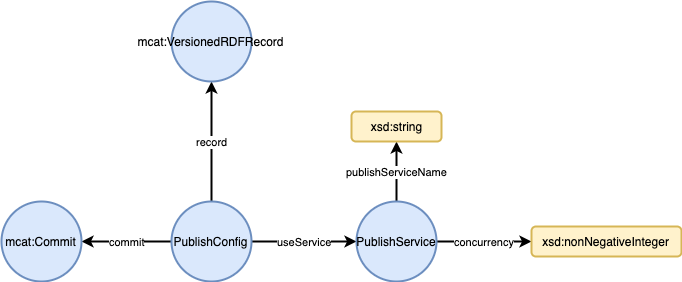
inovexcorp/mobi-docs keeps this draw.io diagram as latest/images/publishing/core_publish_model.png. Above is the earlier version. Source tidied: cells renumbered, new cells last; positions are measured from the earlier drawing's top-left corner, leaving out a move shared by most shapes.
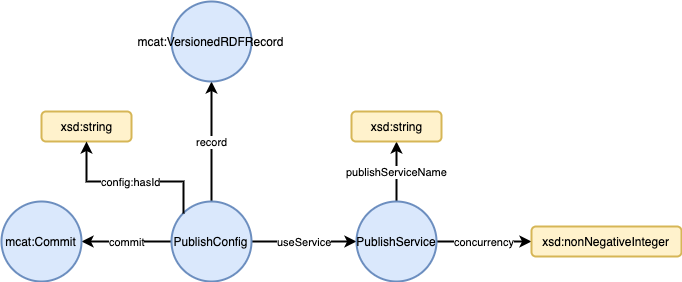
Above is the later version.

What changed in the source:
```diff
@@ -35,5 +35,16 @@
     <mxCell id="12" value="mcat:Commit" style="ellipse;whiteSpace=wrap;html=1;fillColor=#dae8fc;strokeColor=#6c8ebf;strokeWidth=2;" parent="1" vertex="1">
       <mxGeometry y="200" width="80" height="80" as="geometry" />
     </mxCell>
+    <mxCell id="13" value="xsd:string" style="rounded=1;whiteSpace=wrap;html=1;fillColor=#fff2cc;strokeColor=#d6b656;strokeWidth=2;" parent="1" vertex="1">
+      <mxGeometry x="40" y="110" width="90" height="30" as="geometry" />
+    </mxCell>
+    <mxCell id="14" value="config:hasId" style="edgeStyle=orthogonalEdgeStyle;rounded=0;jettySize=auto;html=1;endArrow=classic;endFill=1;strokeWidth=2;entryX=0.5;entryY=1;entryDx=0;entryDy=0;exitX=0;exitY=0;exitDx=0;exitDy=0;" parent="1" edge="1" source="10" target="13">
+      <mxGeometry relative="1" as="geometry">
+        <Array as="points">
+          <mxPoint x="182" y="180" />
+          <mxPoint x="85" y="180" />
+        </Array>
+      </mxGeometry>
+    </mxCell>
   </root>
 </mxGraphModel>
```
